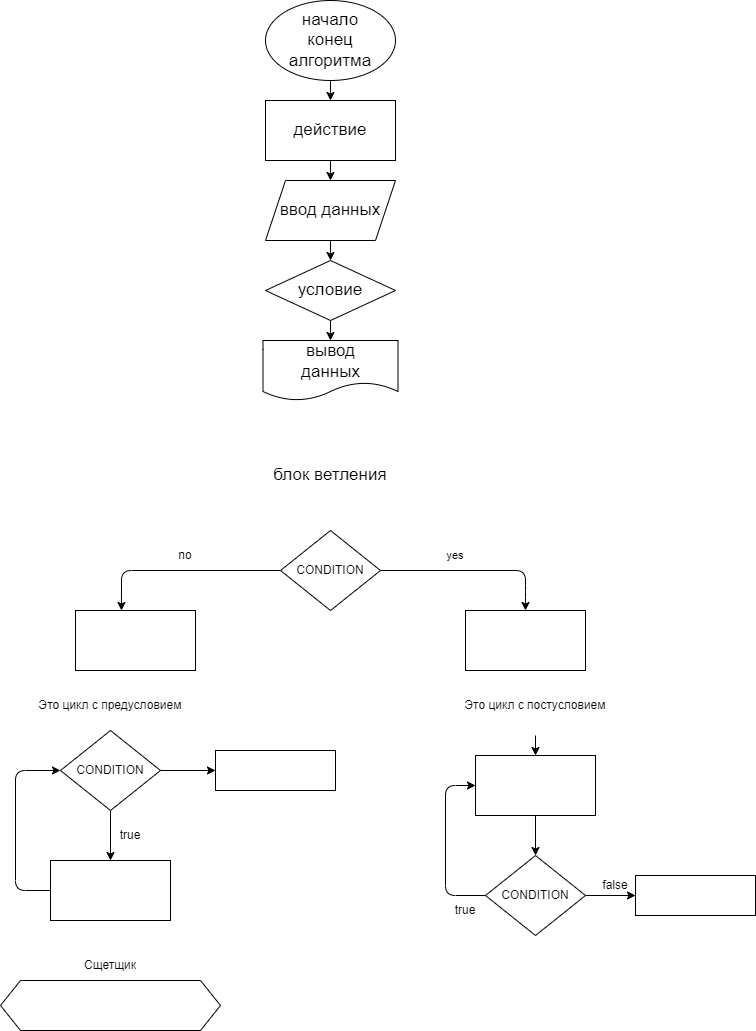
The draw.io diagram ex000.drawio.png in konstantin-kif/practice, before a commit. Source tidied: cells renumbered, new cells last; positions are measured from the earlier drawing's top-left corner, leaving out a move shared by most shapes. The source it was exported from:
```xml
<mxGraphModel>
  <root>
    <mxCell id="0" />
    <mxCell id="1" parent="0" />
    <mxCell id="2" style="edgeStyle=none;html=1;fontSize=17;" parent="1" edge="1" source="3" target="6">
      <mxGeometry relative="1" as="geometry" />
    </mxCell>
    <mxCell id="3" value="начало&lt;br&gt;конец&lt;br&gt;алгоритма" style="ellipse;whiteSpace=wrap;html=1;spacing=12;fontSize=17;labelBackgroundColor=none;" parent="1" vertex="1">
      <mxGeometry x="265" width="130" height="80" as="geometry" />
    </mxCell>
    <mxCell id="4" style="edgeStyle=none;html=1;fontSize=17;" parent="1" edge="1" source="6">
      <mxGeometry relative="1" as="geometry">
        <mxPoint x="325" y="160" as="targetPoint" />
      </mxGeometry>
    </mxCell>
    <mxCell id="5" style="edgeStyle=none;html=1;fontSize=17;" parent="1" edge="1" source="6" target="8">
      <mxGeometry relative="1" as="geometry" />
    </mxCell>
    <mxCell id="6" value="действие" style="whiteSpace=wrap;html=1;fontSize=17;spacing=12;labelBackgroundColor=none;" parent="1" vertex="1">
      <mxGeometry x="265" y="100" width="130" height="60" as="geometry" />
    </mxCell>
    <mxCell id="7" style="edgeStyle=none;html=1;fontSize=17;" parent="1" edge="1" source="8" target="10">
      <mxGeometry relative="1" as="geometry" />
    </mxCell>
    <mxCell id="8" value="ввод данных" style="shape=parallelogram;perimeter=parallelogramPerimeter;whiteSpace=wrap;html=1;fixedSize=1;labelBackgroundColor=none;fontSize=17;" parent="1" vertex="1">
      <mxGeometry x="265" y="180" width="130" height="60" as="geometry" />
    </mxCell>
    <mxCell id="9" style="edgeStyle=none;html=1;fontSize=17;" parent="1" edge="1" source="10" target="11">
      <mxGeometry relative="1" as="geometry" />
    </mxCell>
    <mxCell id="10" value="условие" style="rhombus;whiteSpace=wrap;html=1;labelBackgroundColor=none;fontSize=17;" parent="1" vertex="1">
      <mxGeometry x="265" y="260" width="130" height="60" as="geometry" />
    </mxCell>
    <mxCell id="11" value="вывод&lt;br&gt;данных" style="shape=document;whiteSpace=wrap;html=1;boundedLbl=1;labelBackgroundColor=none;fontSize=17;" parent="1" vertex="1">
      <mxGeometry x="262.5" y="340" width="135" height="60" as="geometry" />
    </mxCell>
    <mxCell id="12" style="edgeStyle=none;html=1;entryX=0.5;entryY=0;entryDx=0;entryDy=0;fontSize=17;" parent="1" edge="1" target="15">
      <mxGeometry relative="1" as="geometry">
        <mxPoint x="380" y="570" as="sourcePoint" />
        <Array as="points">
          <mxPoint x="525" y="570" />
          <mxPoint x="525" y="590" />
        </Array>
      </mxGeometry>
    </mxCell>
    <mxCell id="13" style="edgeStyle=none;html=1;entryX=0.383;entryY=0;entryDx=0;entryDy=0;entryPerimeter=0;fontSize=17;" parent="1" edge="1" target="16">
      <mxGeometry relative="1" as="geometry">
        <mxPoint x="280" y="570" as="sourcePoint" />
        <Array as="points">
          <mxPoint x="121" y="570" />
        </Array>
      </mxGeometry>
    </mxCell>
    <mxCell id="14" value="CONDITION" style="rhombus;whiteSpace=wrap;html=1;labelBackgroundColor=none;fontSize=12;" parent="1" vertex="1">
      <mxGeometry x="280" y="530" width="100" height="80" as="geometry" />
    </mxCell>
    <mxCell id="15" style="rounded=0;whiteSpace=wrap;html=1;labelBackgroundColor=none;fontSize=17;" parent="1" vertex="1">
      <mxGeometry x="465" y="610" width="120" height="60" as="geometry" />
    </mxCell>
    <mxCell id="16" style="whiteSpace=wrap;html=1;fontSize=17;rounded=0;labelBackgroundColor=none;" parent="1" vertex="1">
      <mxGeometry x="75" y="610" width="120" height="60" as="geometry" />
    </mxCell>
    <mxCell id="17" value="yes" style="text;html=1;strokeColor=none;fillColor=none;align=center;verticalAlign=middle;whiteSpace=wrap;rounded=0;labelBackgroundColor=none;fontSize=11;" parent="1" vertex="1">
      <mxGeometry x="425" y="540" width="60" height="30" as="geometry" />
    </mxCell>
    <mxCell id="18" value="no" style="text;html=1;strokeColor=none;fillColor=none;align=center;verticalAlign=middle;whiteSpace=wrap;rounded=0;labelBackgroundColor=none;fontSize=12;" parent="1" vertex="1">
      <mxGeometry x="155" y="540" width="60" height="30" as="geometry" />
    </mxCell>
    <mxCell id="19" value="блок ветления" style="text;html=1;strokeColor=none;fillColor=none;align=center;verticalAlign=middle;whiteSpace=wrap;rounded=0;labelBackgroundColor=none;fontSize=17;" parent="1" vertex="1">
      <mxGeometry x="215" y="450" width="230" height="50" as="geometry" />
    </mxCell>
    <mxCell id="20" style="edgeStyle=none;html=1;fontSize=12;" parent="1" edge="1" source="22" target="24">
      <mxGeometry relative="1" as="geometry" />
    </mxCell>
    <mxCell id="21" style="edgeStyle=none;html=1;fontSize=12;" parent="1" edge="1" source="22" target="34">
      <mxGeometry relative="1" as="geometry" />
    </mxCell>
    <mxCell id="22" value="CONDITION" style="rhombus;whiteSpace=wrap;html=1;labelBackgroundColor=none;fontSize=12;" parent="1" vertex="1">
      <mxGeometry x="60" y="730" width="100" height="80" as="geometry" />
    </mxCell>
    <mxCell id="23" style="edgeStyle=none;html=1;entryX=0;entryY=0.5;entryDx=0;entryDy=0;fontSize=12;exitX=0;exitY=0.5;exitDx=0;exitDy=0;" parent="1" edge="1" source="24" target="22">
      <mxGeometry relative="1" as="geometry">
        <Array as="points">
          <mxPoint x="15" y="890" />
          <mxPoint x="15" y="770" />
        </Array>
      </mxGeometry>
    </mxCell>
    <mxCell id="24" style="whiteSpace=wrap;html=1;labelBackgroundColor=none;" parent="1" vertex="1">
      <mxGeometry x="50" y="860" width="120" height="60" as="geometry" />
    </mxCell>
    <mxCell id="25" value="true" style="text;html=1;strokeColor=none;fillColor=none;align=center;verticalAlign=middle;whiteSpace=wrap;rounded=0;labelBackgroundColor=none;fontSize=12;" parent="1" vertex="1">
      <mxGeometry x="100" y="820" width="60" height="30" as="geometry" />
    </mxCell>
    <mxCell id="26" value="Это цикл с предусловием" style="text;html=1;strokeColor=none;fillColor=none;align=center;verticalAlign=middle;whiteSpace=wrap;rounded=0;labelBackgroundColor=none;fontSize=12;" parent="1" vertex="1">
      <mxGeometry x="10" y="690" width="200" height="30" as="geometry" />
    </mxCell>
    <mxCell id="27" style="edgeStyle=none;html=1;entryX=0;entryY=0.5;entryDx=0;entryDy=0;fontSize=12;exitX=0;exitY=0.5;exitDx=0;exitDy=0;" parent="1" edge="1" source="29" target="31">
      <mxGeometry relative="1" as="geometry">
        <Array as="points">
          <mxPoint x="445" y="895" />
          <mxPoint x="445" y="785" />
        </Array>
      </mxGeometry>
    </mxCell>
    <mxCell id="28" style="edgeStyle=none;html=1;fontSize=12;" parent="1" edge="1" source="29" target="36">
      <mxGeometry relative="1" as="geometry" />
    </mxCell>
    <mxCell id="29" value="CONDITION" style="rhombus;whiteSpace=wrap;html=1;labelBackgroundColor=none;fontSize=12;" parent="1" vertex="1">
      <mxGeometry x="485" y="855" width="100" height="80" as="geometry" />
    </mxCell>
    <mxCell id="30" style="edgeStyle=none;html=1;fontSize=12;" parent="1" edge="1" source="31" target="29">
      <mxGeometry relative="1" as="geometry" />
    </mxCell>
    <mxCell id="31" style="whiteSpace=wrap;html=1;labelBackgroundColor=none;" parent="1" vertex="1">
      <mxGeometry x="475" y="755" width="120" height="60" as="geometry" />
    </mxCell>
    <mxCell id="32" style="edgeStyle=none;html=1;fontSize=12;" parent="1" edge="1" target="31">
      <mxGeometry relative="1" as="geometry">
        <mxPoint x="535" y="735" as="sourcePoint" />
      </mxGeometry>
    </mxCell>
    <mxCell id="33" value="Это цикл с постусловием" style="text;html=1;strokeColor=none;fillColor=none;align=center;verticalAlign=middle;whiteSpace=wrap;rounded=0;labelBackgroundColor=none;fontSize=12;" parent="1" vertex="1">
      <mxGeometry x="420" y="690" width="230" height="30" as="geometry" />
    </mxCell>
    <mxCell id="34" style="whiteSpace=wrap;html=1;labelBackgroundColor=none;" parent="1" vertex="1">
      <mxGeometry x="215" y="750" width="120" height="40" as="geometry" />
    </mxCell>
    <mxCell id="35" value="true" style="text;html=1;strokeColor=none;fillColor=none;align=center;verticalAlign=middle;whiteSpace=wrap;rounded=0;labelBackgroundColor=none;fontSize=12;" parent="1" vertex="1">
      <mxGeometry x="435" y="895" width="60" height="30" as="geometry" />
    </mxCell>
    <mxCell id="36" style="whiteSpace=wrap;html=1;labelBackgroundColor=none;" parent="1" vertex="1">
      <mxGeometry x="635" y="875" width="120" height="40" as="geometry" />
    </mxCell>
    <mxCell id="37" value="false" style="text;html=1;strokeColor=none;fillColor=none;align=center;verticalAlign=middle;whiteSpace=wrap;rounded=0;labelBackgroundColor=none;fontSize=12;" parent="1" vertex="1">
      <mxGeometry x="585" y="875" width="60" height="20" as="geometry" />
    </mxCell>
    <mxCell id="38" style="shape=hexagon;perimeter=hexagonPerimeter2;whiteSpace=wrap;html=1;fixedSize=1;labelBackgroundColor=none;fontSize=12;" parent="1" vertex="1">
      <mxGeometry y="980" width="220" height="50" as="geometry" />
    </mxCell>
    <mxCell id="39" value="Сщетщик" style="text;html=1;strokeColor=none;fillColor=none;align=center;verticalAlign=middle;whiteSpace=wrap;rounded=0;labelBackgroundColor=none;fontSize=12;" parent="1" vertex="1">
      <mxGeometry x="80" y="950" width="60" height="30" as="geometry" />
    </mxCell>
  </root>
</mxGraphModel>
```
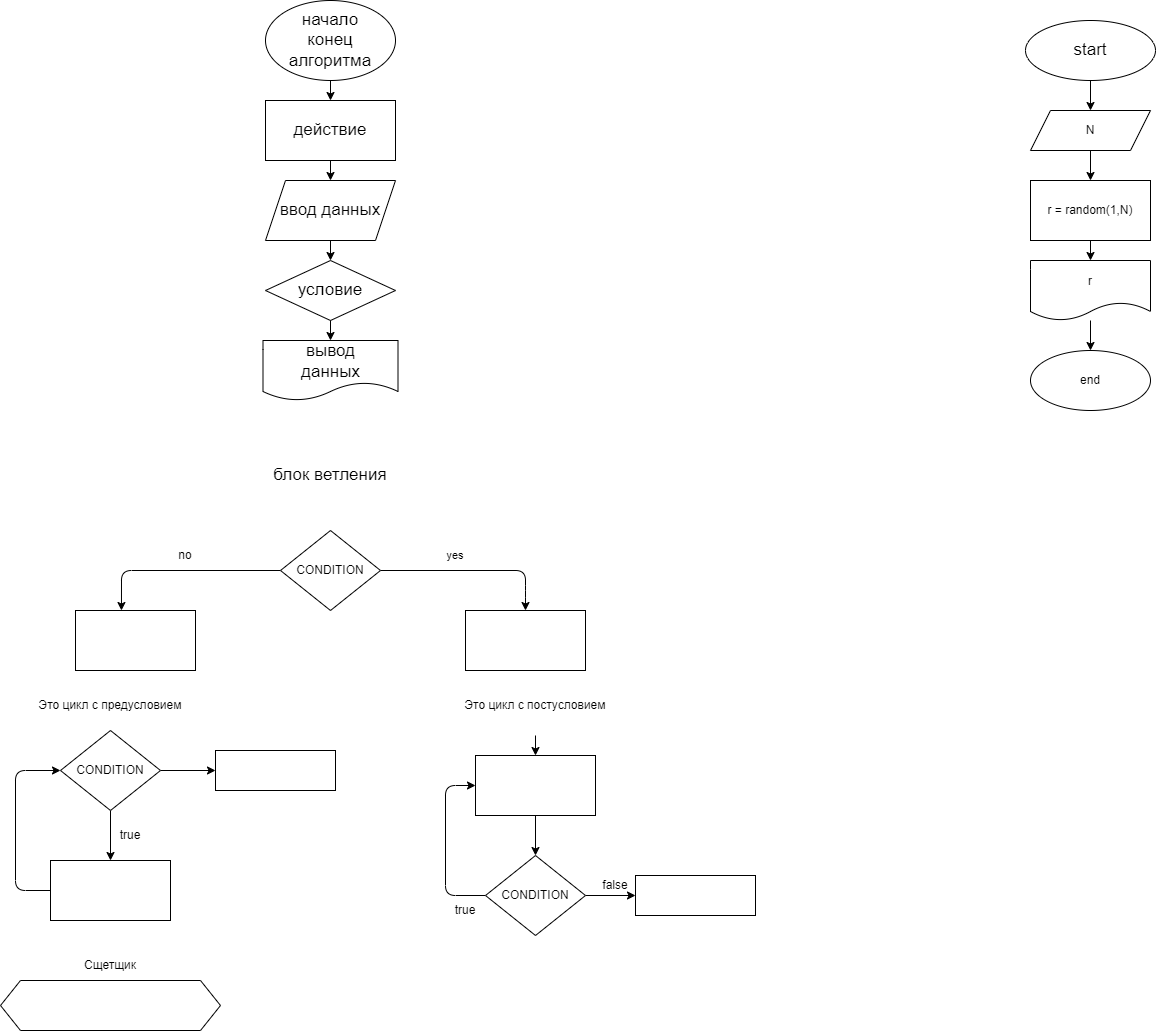
After the commit.

Change to the diagram source:
```diff
@@ -141,5 +141,32 @@
     <mxCell id="39" value="Сщетщик" style="text;html=1;strokeColor=none;fillColor=none;align=center;verticalAlign=middle;whiteSpace=wrap;rounded=0;labelBackgroundColor=none;fontSize=12;" parent="1" vertex="1">
       <mxGeometry x="80" y="950" width="60" height="30" as="geometry" />
     </mxCell>
+    <mxCell id="40" style="edgeStyle=none;html=1;fontSize=12;" parent="1" edge="1" source="41" target="45">
+      <mxGeometry relative="1" as="geometry" />
+    </mxCell>
+    <mxCell id="41" value="start" style="ellipse;whiteSpace=wrap;html=1;spacing=12;fontSize=17;labelBackgroundColor=none;" parent="1" vertex="1">
+      <mxGeometry x="1025" y="20" width="130" height="60" as="geometry" />
+    </mxCell>
+    <mxCell id="42" style="edgeStyle=none;html=1;fontSize=12;" parent="1" edge="1" source="43" target="47">
+      <mxGeometry relative="1" as="geometry" />
+    </mxCell>
+    <mxCell id="43" value="r = random(1,N)" style="rounded=0;whiteSpace=wrap;html=1;labelBackgroundColor=none;fontSize=12;" parent="1" vertex="1">
+      <mxGeometry x="1030" y="180" width="120" height="60" as="geometry" />
+    </mxCell>
+    <mxCell id="44" style="edgeStyle=none;html=1;fontSize=12;" parent="1" edge="1" source="45" target="43">
+      <mxGeometry relative="1" as="geometry" />
+    </mxCell>
+    <mxCell id="45" value="N" style="shape=parallelogram;perimeter=parallelogramPerimeter;whiteSpace=wrap;html=1;fixedSize=1;labelBackgroundColor=none;fontSize=12;" parent="1" vertex="1">
+      <mxGeometry x="1030" y="110" width="120" height="40" as="geometry" />
+    </mxCell>
+    <mxCell id="46" style="edgeStyle=none;html=1;fontSize=12;" parent="1" edge="1" source="47" target="48">
+      <mxGeometry relative="1" as="geometry" />
+    </mxCell>
+    <mxCell id="47" value="r" style="shape=document;whiteSpace=wrap;html=1;boundedLbl=1;labelBackgroundColor=none;fontSize=12;" parent="1" vertex="1">
+      <mxGeometry x="1030" y="260" width="120" height="60" as="geometry" />
+    </mxCell>
+    <mxCell id="48" value="end" style="ellipse;whiteSpace=wrap;html=1;labelBackgroundColor=none;fontSize=12;" parent="1" vertex="1">
+      <mxGeometry x="1030" y="350" width="120" height="60" as="geometry" />
+    </mxCell>
   </root>
 </mxGraphModel>
```
